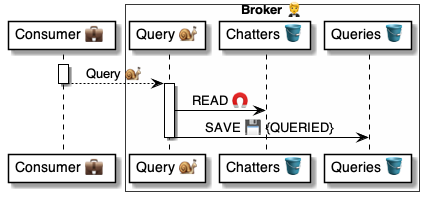
Before: 4 ⚙️ Solution/20 🧑‍🦰 UI/Brokers 🤵/🤵📨 Broker msgs/Share 💼 Query 💼🐌🤵/🤵 Query ⚙️ uml.png, a diagram exported from PlantUML (pollyweb-org/pollyweb-docs). Its source is kept beside it as 4 ⚙️ Solution/20 🧑‍🦰 UI/Brokers 🤵/🤵📨 Broker msgs/Share 💼 Query 💼🐌🤵/🤵 Query ⚙️ uml.puml. Its diagram source:
```plantuml
@startuml Query@Broker

participant "Consumer 💼 " as host
box "Broker 🤵" #FFFFFA
    participant "Query 🐌" as broker
    participant "Chatters 🪣" as chatters
    participant "Queries 🪣" as queries
end box


activate host
    host --> broker: Query 🐌
deactivate host

activate broker
    broker -> chatters: READ 🧲
    broker -> queries: SAVE 💾 {QUERIED}
deactivate broker

@enduml
```
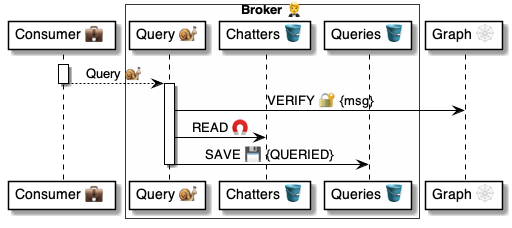
The same diagram one commit later.

Change to the diagram source:
```diff
@@ -6,6 +6,7 @@
     participant "Chatters 🪣" as chatters
     participant "Queries 🪣" as queries
 end box
+participant "Graph 🕸" as graph
 
 
 activate host
@@ -13,6 +14,7 @@
 deactivate host
 
 activate broker
+    broker -> graph: VERIFY 🔐 {msg}
     broker -> chatters: READ 🧲
     broker -> queries: SAVE 💾 {QUERIED}
 deactivate broker
```
